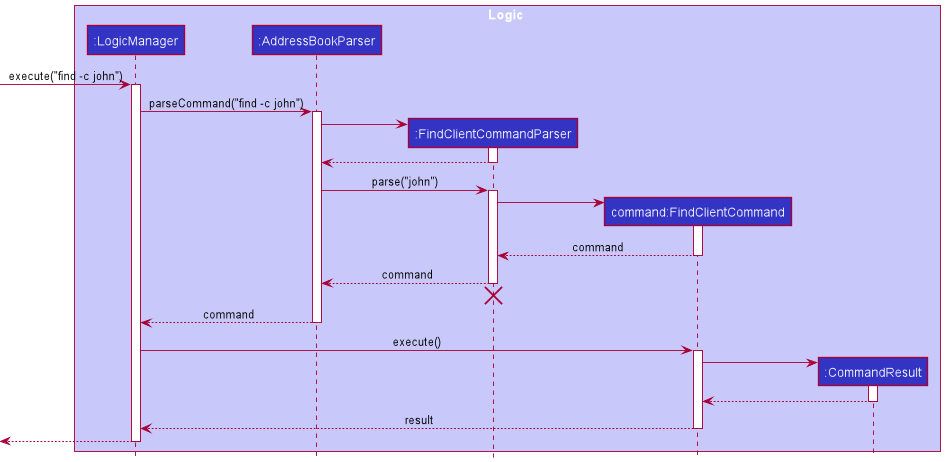
The PlantUML diagram docs/images/FindClientSequenceDiagram.png in nus-cs2103-AY2122S1/tp, before a commit.
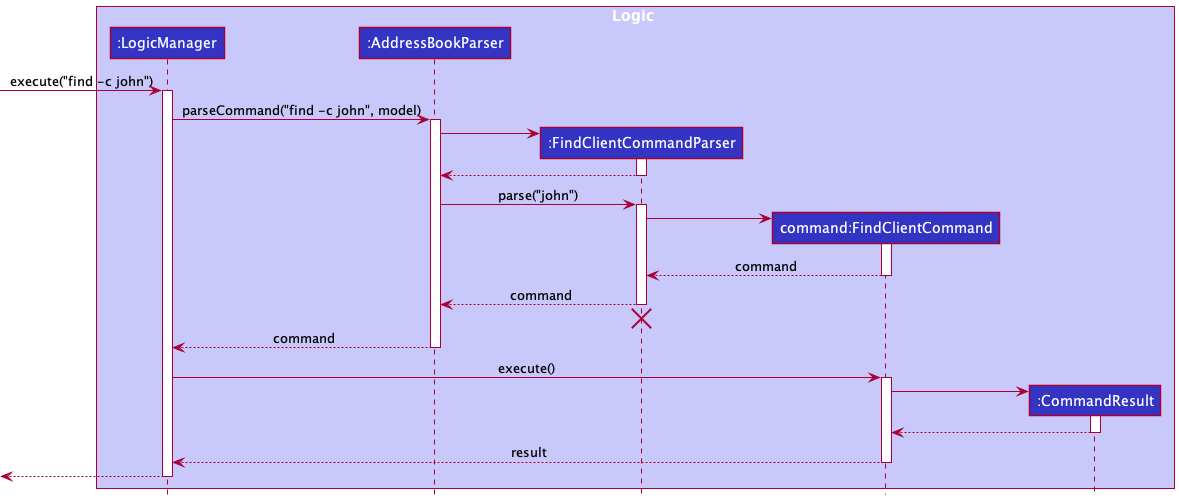
Above is the later version.

What changed in the source:
```diff
@@ -12,7 +12,7 @@
 [-> LogicManager : execute("find -c john")
 activate LogicManager
 
-LogicManager -> AddressBookParser : parseCommand("find -c john")
+LogicManager -> AddressBookParser : parseCommand("find -c john", model)
 activate AddressBookParser
 
 create FindClientCommandParser
```
